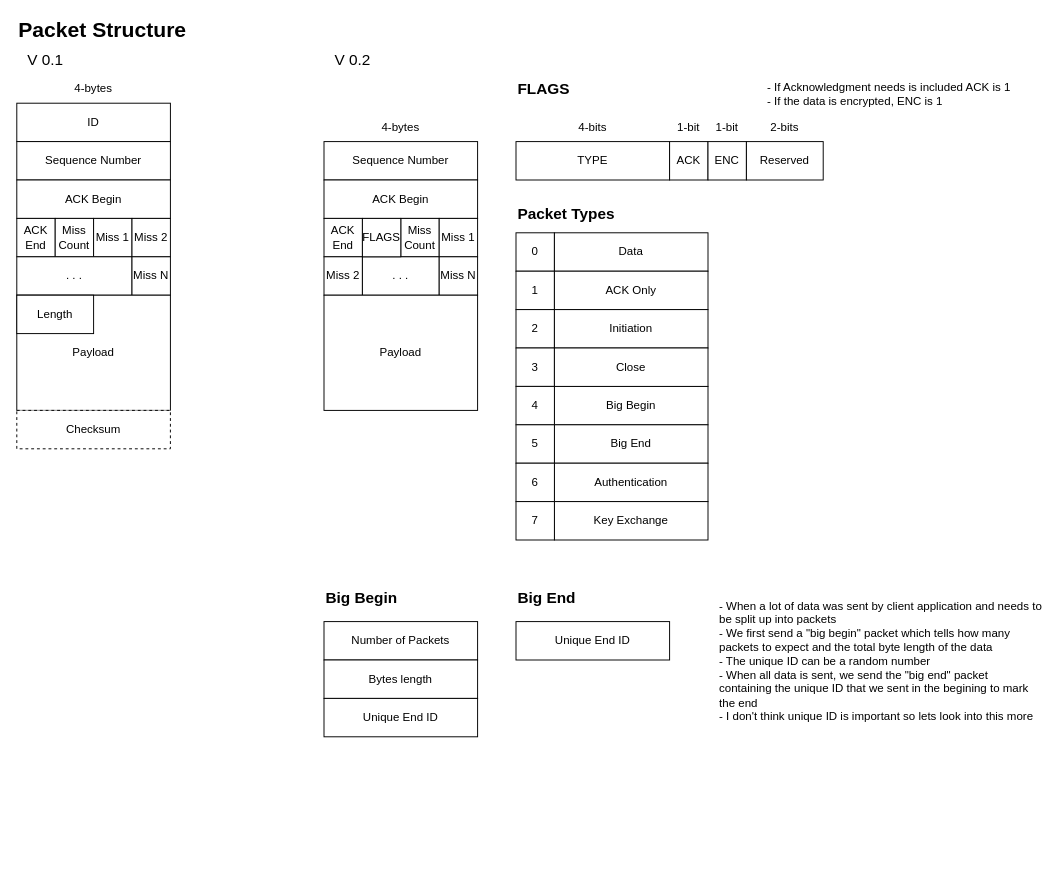
Above: page "Packet Structure" (7 of 10) of Software-Architecture.drawio in Prototype-Aether/Prototype-Aether (draw.io), before the change. Source tidied: cells renumbered, new cells numbered last; positions are measured from the earlier drawing's top-left corner, leaving out a move shared by most shapes. Both pictures are drawn from the tidied source at 96%, with x=0, y=0 at pixel (16, 16).
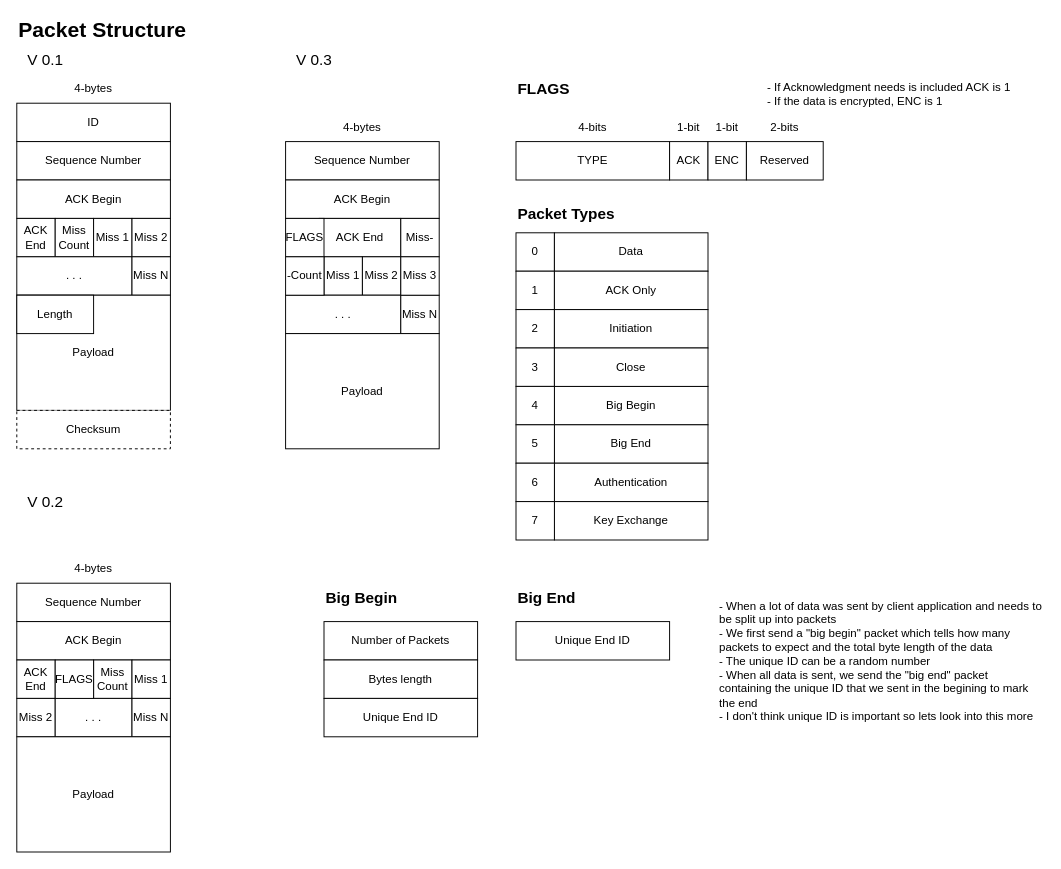
The same page after the edit.

Change to the diagram source:
```diff
@@
     <mxCell id="16" value="Sequence Number" style="rounded=0;whiteSpace=wrap;html=1;" parent="1" vertex="1">
-      <mxGeometry x="320" y="130" width="160" height="40" as="geometry" />
+      <mxGeometry x="280" y="130" width="160" height="40" as="geometry" />
     </mxCell>
     <mxCell id="17" value="ACK Begin" style="rounded=0;whiteSpace=wrap;html=1;" parent="1" vertex="1">
-      <mxGeometry x="320" y="170" width="160" height="40" as="geometry" />
+      <mxGeometry x="280" y="170" width="160" height="40" as="geometry" />
     </mxCell>
     <mxCell id="18" value="ACK End" style="rounded=0;whiteSpace=wrap;html=1;" parent="1" vertex="1">
-      <mxGeometry x="320" y="210" width="40" height="40" as="geometry" />
+      <mxGeometry x="315" y="210" width="85" height="40" as="geometry" />
     </mxCell>
-    <mxCell id="19" value="Miss Count" style="rounded=0;whiteSpace=wrap;html=1;" parent="1" vertex="1">
+    <mxCell id="19" value="Miss-" style="rounded=0;whiteSpace=wrap;html=1;" parent="1" vertex="1">
       <mxGeometry x="400" y="210" width="40" height="40" as="geometry" />
     </mxCell>
     <mxCell id="20" value="Miss 1" style="rounded=0;whiteSpace=wrap;html=1;" parent="1" vertex="1">
-      <mxGeometry x="440" y="210" width="40" height="40" as="geometry" />
+      <mxGeometry x="320" y="250" width="40" height="40" as="geometry" />
     </mxCell>
     <mxCell id="21" value="Miss 2" style="rounded=0;whiteSpace=wrap;html=1;" parent="1" vertex="1">
-      <mxGeometry x="320" y="250" width="40" height="40" as="geometry" />
+      <mxGeometry x="360" y="250" width="40" height="40" as="geometry" />
     </mxCell>
     <mxCell id="22" value=". . ." style="rounded=0;whiteSpace=wrap;html=1;" parent="1" vertex="1">
-      <mxGeometry x="360" y="250" width="80" height="40" as="geometry" />
+      <mxGeometry x="280" y="290" width="120" height="40" as="geometry" />
     </mxCell>
     <mxCell id="23" value="Miss N" style="rounded=0;whiteSpace=wrap;html=1;" parent="1" vertex="1">
-      <mxGeometry x="440" y="250" width="40" height="40" as="geometry" />
+      <mxGeometry x="400" y="290" width="40" height="40" as="geometry" />
     </mxCell>
     <mxCell id="24" value="Payload" style="rounded=0;whiteSpace=wrap;html=1;" parent="1" vertex="1">
-      <mxGeometry x="320" y="290" width="160" height="120" as="geometry" />
+      <mxGeometry x="280" y="330" width="160" height="120" as="geometry" />
     </mxCell>
     <mxCell id="25" value="4-bytes" style="text;html=1;strokeColor=none;fillColor=none;align=center;verticalAlign=middle;whiteSpace=wrap;rounded=0;dashed=1;fontSize=12;" parent="1" vertex="1">
-      <mxGeometry x="370" y="100" width="60" height="30" as="geometry" />
+      <mxGeometry x="330" y="100" width="60" height="30" as="geometry" />
     </mxCell>
     <mxCell id="26" value="FLAGS" style="rounded=0;whiteSpace=wrap;html=1;" parent="1" vertex="1">
-      <mxGeometry x="360" y="210" width="40" height="40" as="geometry" />
+      <mxGeometry x="280" y="210" width="40" height="40" as="geometry" />
     </mxCell>
@@
-    <mxCell id="44" value="V 0.2" style="text;html=1;strokeColor=none;fillColor=none;align=center;verticalAlign=middle;whiteSpace=wrap;rounded=0;fontSize=16;" parent="1" vertex="1">
-      <mxGeometry x="320" y="30" width="60" height="30" as="geometry" />
+    <mxCell id="44" value="V 0.3" style="text;html=1;strokeColor=none;fillColor=none;align=center;verticalAlign=middle;whiteSpace=wrap;rounded=0;fontSize=16;" parent="1" vertex="1">
+      <mxGeometry x="280" y="30" width="60" height="30" as="geometry" />
     </mxCell>
@@
+    <mxCell id="63" value="Sequence Number" style="rounded=0;whiteSpace=wrap;html=1;" parent="1" vertex="1">
+      <mxGeometry y="590" width="160" height="40" as="geometry" />
+    </mxCell>
+    <mxCell id="64" value="ACK Begin" style="rounded=0;whiteSpace=wrap;html=1;" parent="1" vertex="1">
+      <mxGeometry y="630" width="160" height="40" as="geometry" />
+    </mxCell>
+    <mxCell id="65" value="ACK End" style="rounded=0;whiteSpace=wrap;html=1;" parent="1" vertex="1">
+      <mxGeometry y="670" width="40" height="40" as="geometry" />
+    </mxCell>
+    <mxCell id="66" value="Miss Count" style="rounded=0;whiteSpace=wrap;html=1;" parent="1" vertex="1">
+      <mxGeometry x="80" y="670" width="40" height="40" as="geometry" />
+    </mxCell>
+    <mxCell id="67" value="Miss 1" style="rounded=0;whiteSpace=wrap;html=1;" parent="1" vertex="1">
+      <mxGeometry x="120" y="670" width="40" height="40" as="geometry" />
+    </mxCell>
+    <mxCell id="68" value="Miss 2" style="rounded=0;whiteSpace=wrap;html=1;" parent="1" vertex="1">
+      <mxGeometry y="710" width="40" height="40" as="geometry" />
+    </mxCell>
+    <mxCell id="69" value=". . ." style="rounded=0;whiteSpace=wrap;html=1;" parent="1" vertex="1">
+      <mxGeometry x="40" y="710" width="80" height="40" as="geometry" />
+    </mxCell>
+    <mxCell id="70" value="Miss N" style="rounded=0;whiteSpace=wrap;html=1;" parent="1" vertex="1">
+      <mxGeometry x="120" y="710" width="40" height="40" as="geometry" />
+    </mxCell>
+    <mxCell id="71" value="Payload" style="rounded=0;whiteSpace=wrap;html=1;" parent="1" vertex="1">
+      <mxGeometry y="750" width="160" height="120" as="geometry" />
+    </mxCell>
+    <mxCell id="72" value="4-bytes" style="text;html=1;strokeColor=none;fillColor=none;align=center;verticalAlign=middle;whiteSpace=wrap;rounded=0;dashed=1;fontSize=12;" parent="1" vertex="1">
+      <mxGeometry x="50" y="560" width="60" height="30" as="geometry" />
+    </mxCell>
+    <mxCell id="73" value="FLAGS" style="rounded=0;whiteSpace=wrap;html=1;" parent="1" vertex="1">
+      <mxGeometry x="40" y="670" width="40" height="40" as="geometry" />
+    </mxCell>
+    <mxCell id="74" value="V 0.2" style="text;html=1;strokeColor=none;fillColor=none;align=center;verticalAlign=middle;whiteSpace=wrap;rounded=0;fontSize=16;" parent="1" vertex="1">
+      <mxGeometry y="490" width="60" height="30" as="geometry" />
+    </mxCell>
+    <mxCell id="75" value="-Count" style="rounded=0;whiteSpace=wrap;html=1;" parent="1" vertex="1">
+      <mxGeometry x="280" y="250" width="40" height="40" as="geometry" />
+    </mxCell>
+    <mxCell id="76" value="Miss 3" style="rounded=0;whiteSpace=wrap;html=1;" parent="1" vertex="1">
+      <mxGeometry x="400" y="250" width="40" height="40" as="geometry" />
+    </mxCell>
```
